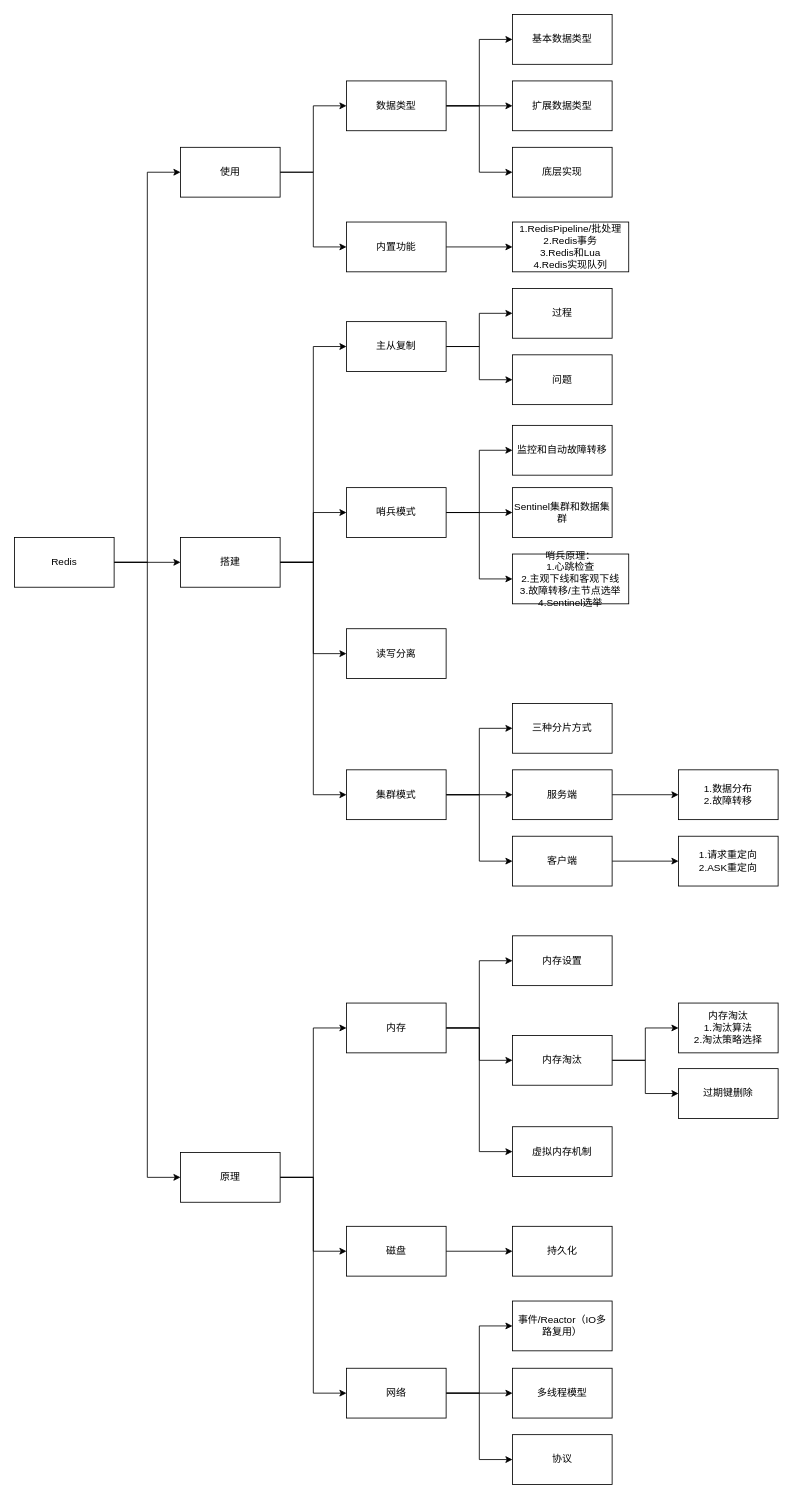
wt1814/wt1814.github.io keeps this draw.io diagram as images/draw/162.Redis.drawio. Above is the earlier version. Source tidied: cells renumbered, new cells numbered last; positions are measured from the earlier drawing's top-left corner, leaving out a move shared by most shapes. Both pictures are drawn from the tidied source at 83%, with x=0, y=0 at pixel (14, 14).
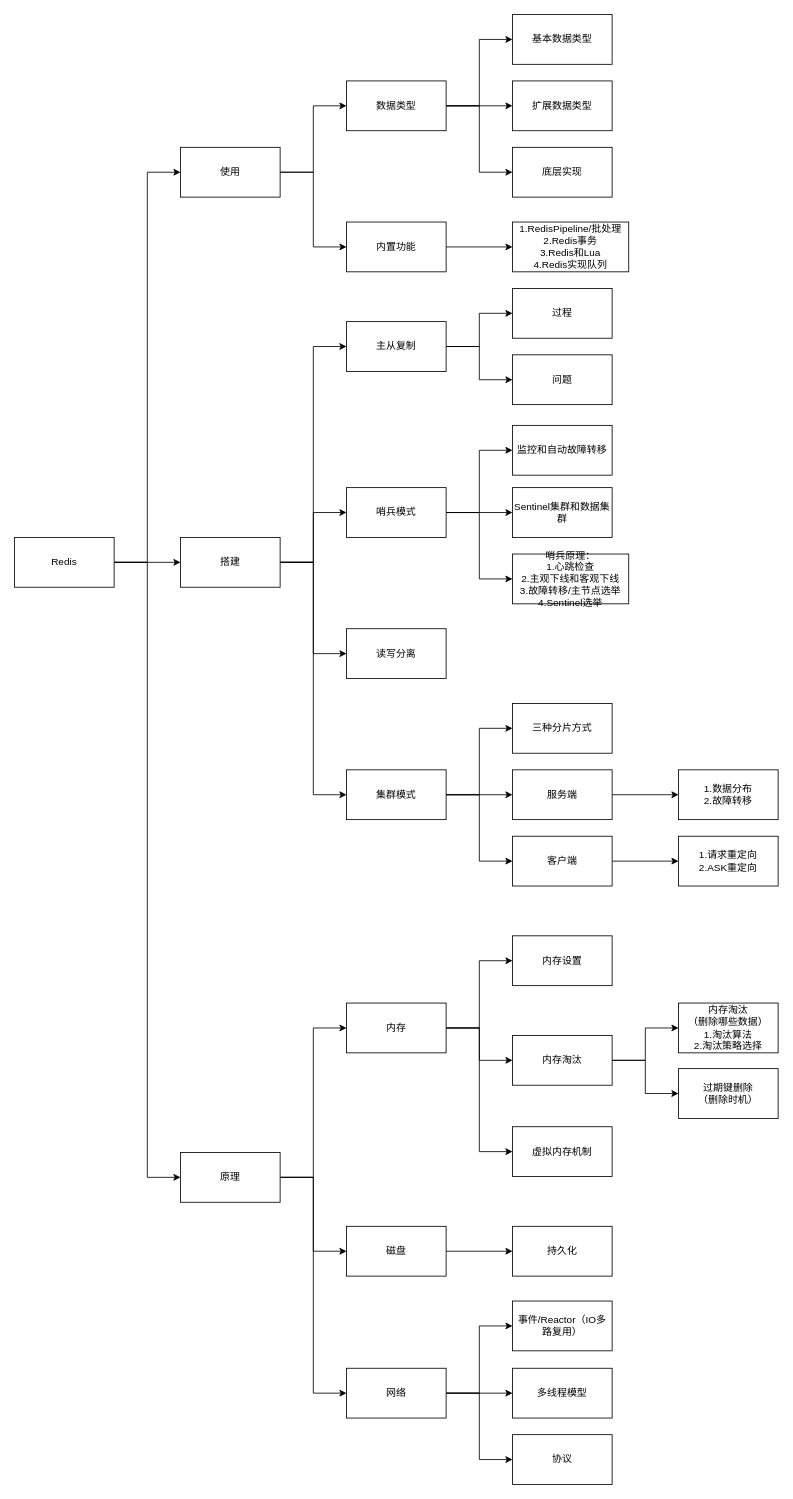
The same page after the edit.

Change to the diagram source:
```diff
@@
-    <mxCell id="68" value="&lt;div&gt;内存淘汰&lt;br&gt;&lt;/div&gt;&lt;div&gt;1.淘汰算法&lt;/div&gt;&lt;div&gt;2.淘汰策略选择&lt;/div&gt;" style="rounded=0;whiteSpace=wrap;html=1;" parent="1" vertex="1">
+    <mxCell id="68" value="&lt;div&gt;内存淘汰&lt;br&gt;（删除哪些数据）&lt;br&gt;&lt;/div&gt;&lt;div&gt;1.淘汰算法&lt;/div&gt;&lt;div&gt;2.淘汰策略选择&lt;/div&gt;" style="rounded=0;whiteSpace=wrap;html=1;" parent="1" vertex="1">
       <mxGeometry x="800" y="1191" width="120" height="60" as="geometry" />
     </mxCell>
@@
-    <mxCell id="72" value="过期键删除" style="rounded=0;whiteSpace=wrap;html=1;" parent="1" vertex="1">
+    <mxCell id="72" value="过期键删除&lt;br&gt;（删除时机）" style="rounded=0;whiteSpace=wrap;html=1;" parent="1" vertex="1">
       <mxGeometry x="800" y="1270" width="120" height="60" as="geometry" />
     </mxCell>
```
